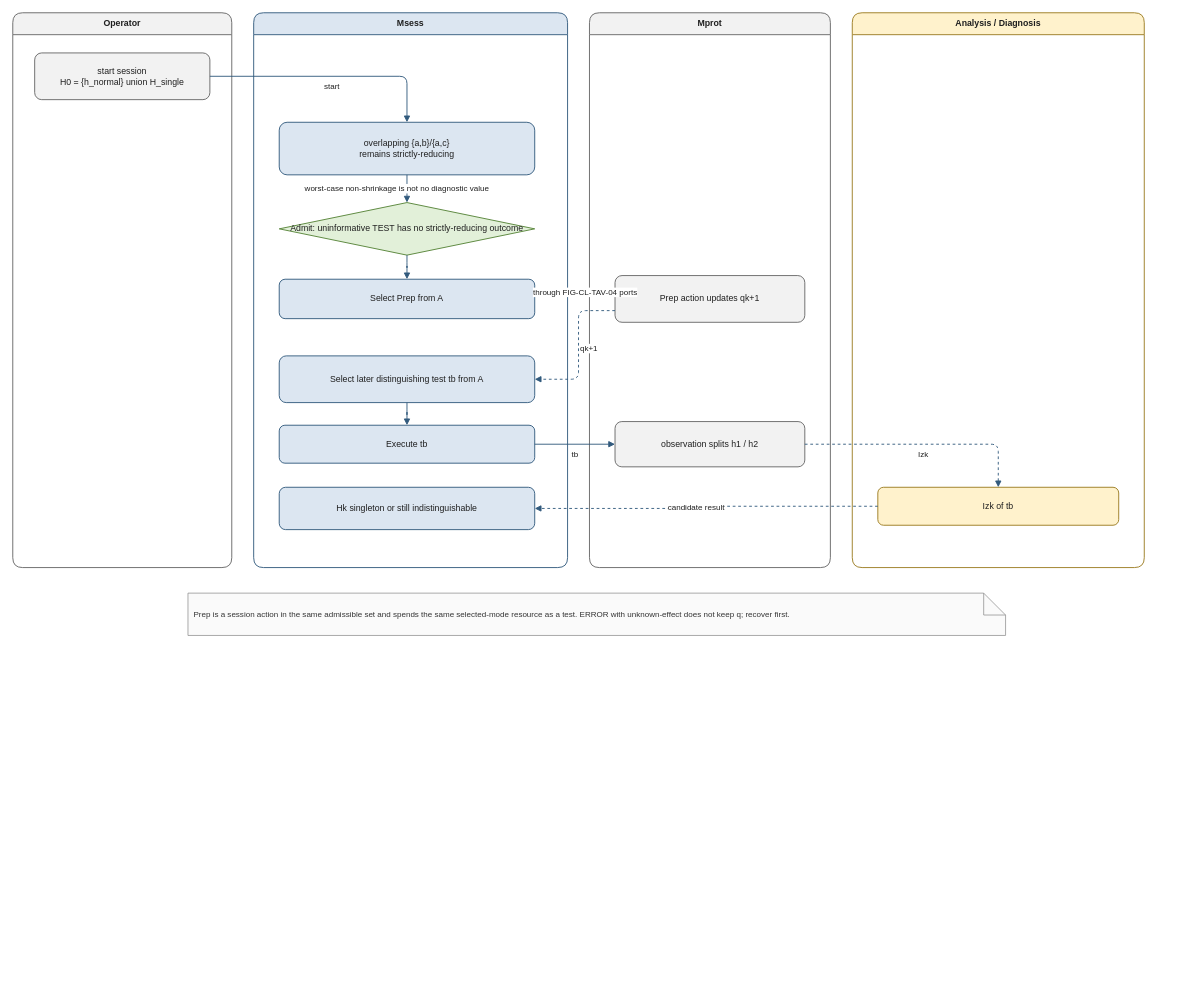
Earlier version of the draw.io diagram docs/research/publication/models/drawio/FIG-CL-TAV-06-diagnostic-sequence.drawio (ZhangChi0727/arinc-615a-conformance). Source tidied: cells renumbered, new cells numbered last; positions are measured from the earlier drawing's top-left corner, leaving out a move shared by most shapes. Both pictures are drawn from the tidied source at 73%, with x=0, y=0 at pixel (12, 12).
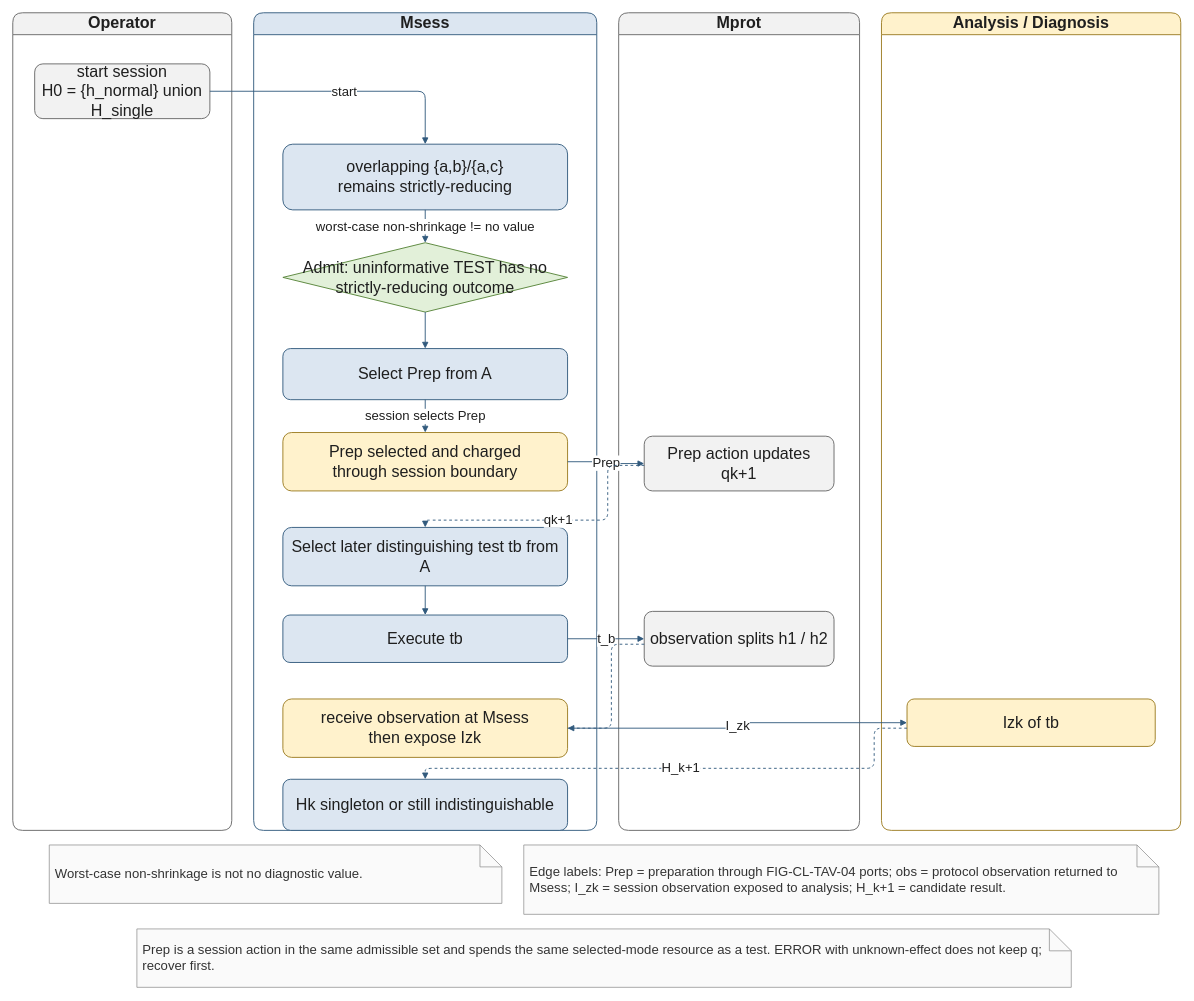
The same diagram, later.

Change to the diagram source:
```diff
@@
-    <mxCell id="2" value="Operator" style="swimlane;horizontal=1;startSize=30;rounded=1;whiteSpace=wrap;html=1;fillColor=#F2F2F2;swimlaneFillColor=#FFFFFF;strokeColor=#666666;strokeWidth=1.25;fontFamily=Helvetica;fontSize=12;fontStyle=1;fontColor=#1F1F1F;shadow=0;glass=0;gradientColor=none;" parent="1" vertex="1">
-      <mxGeometry width="300" height="760" as="geometry" />
+    <mxCell id="2" value="Operator" style="swimlane;horizontal=1;startSize=30;rounded=1;whiteSpace=wrap;html=1;fillColor=#F2F2F2;swimlaneFillColor=#FFFFFF;strokeColor=#666666;strokeWidth=1.25;fontFamily=Helvetica;fontSize=22;fontStyle=1;fontColor=#1F1F1F;shadow=0;glass=0;gradientColor=none;" parent="1" vertex="1">
+      <mxGeometry width="300" height="1120" as="geometry" />
     </mxCell>
-    <mxCell id="3" value="Msess" style="swimlane;horizontal=1;startSize=30;rounded=1;whiteSpace=wrap;html=1;fillColor=#DCE6F1;swimlaneFillColor=#FFFFFF;strokeColor=#315A7D;strokeWidth=1.25;fontFamily=Helvetica;fontSize=12;fontStyle=1;fontColor=#1F1F1F;shadow=0;glass=0;gradientColor=none;" parent="1" vertex="1">
-      <mxGeometry x="330" width="430" height="760" as="geometry" />
+    <mxCell id="3" value="Msess" style="swimlane;horizontal=1;startSize=30;rounded=1;whiteSpace=wrap;html=1;fillColor=#DCE6F1;swimlaneFillColor=#FFFFFF;strokeColor=#315A7D;strokeWidth=1.25;fontFamily=Helvetica;fontSize=22;fontStyle=1;fontColor=#1F1F1F;shadow=0;glass=0;gradientColor=none;" parent="1" vertex="1">
+      <mxGeometry x="330" width="470" height="1120" as="geometry" />
     </mxCell>
-    <mxCell id="4" value="Mprot" style="swimlane;horizontal=1;startSize=30;rounded=1;whiteSpace=wrap;html=1;fillColor=#F2F2F2;swimlaneFillColor=#FFFFFF;strokeColor=#666666;strokeWidth=1.25;fontFamily=Helvetica;fontSize=12;fontStyle=1;fontColor=#1F1F1F;shadow=0;glass=0;gradientColor=none;" parent="1" vertex="1">
-      <mxGeometry x="790" width="330" height="760" as="geometry" />
+    <mxCell id="4" value="Mprot" style="swimlane;horizontal=1;startSize=30;rounded=1;whiteSpace=wrap;html=1;fillColor=#F2F2F2;swimlaneFillColor=#FFFFFF;strokeColor=#666666;strokeWidth=1.25;fontFamily=Helvetica;fontSize=22;fontStyle=1;fontColor=#1F1F1F;shadow=0;glass=0;gradientColor=none;" parent="1" vertex="1">
+      <mxGeometry x="830" width="330" height="1120" as="geometry" />
     </mxCell>
-    <mxCell id="5" value="Analysis / Diagnosis" style="swimlane;horizontal=1;startSize=30;rounded=1;whiteSpace=wrap;html=1;fillColor=#FFF2CC;swimlaneFillColor=#FFFFFF;strokeColor=#9A7B1F;strokeWidth=1.25;fontFamily=Helvetica;fontSize=12;fontStyle=1;fontColor=#1F1F1F;shadow=0;glass=0;gradientColor=none;" parent="1" vertex="1">
-      <mxGeometry x="1150" width="400" height="760" as="geometry" />
+    <mxCell id="5" value="Analysis / Diagnosis" style="swimlane;horizontal=1;startSize=30;rounded=1;whiteSpace=wrap;html=1;fillColor=#FFF2CC;swimlaneFillColor=#FFFFFF;strokeColor=#9A7B1F;strokeWidth=1.25;fontFamily=Helvetica;fontSize=22;fontStyle=1;fontColor=#1F1F1F;shadow=0;glass=0;gradientColor=none;" parent="1" vertex="1">
+      <mxGeometry x="1190" width="410" height="1120" as="geometry" />
     </mxCell>
-    <mxCell id="6" value="start session&lt;br&gt;H0 = {h_normal} union H_single" style="rounded=1;whiteSpace=wrap;html=1;fillColor=#F2F2F2;strokeColor=#666666;strokeWidth=1.25;fontFamily=Helvetica;fontSize=12;fontColor=#1F1F1F;align=center;verticalAlign=middle;spacing=6;shadow=0;glass=0;gradientColor=none;" parent="2" vertex="1">
-      <mxGeometry x="30" y="55" width="240" height="64" as="geometry" />
+    <mxCell id="6" value="start session&lt;br&gt;H0 = {h_normal} union H_single" style="rounded=1;whiteSpace=wrap;html=1;fillColor=#F2F2F2;strokeColor=#666666;strokeWidth=1.25;fontFamily=Helvetica;fontSize=22;fontColor=#1F1F1F;align=center;verticalAlign=middle;spacing=6;shadow=0;glass=0;gradientColor=none;" parent="2" vertex="1">
+      <mxGeometry x="30" y="70" width="240" height="75" as="geometry" />
     </mxCell>
-    <mxCell id="7" value="overlapping {a,b}/{a,c}&lt;br&gt;remains strictly-reducing" style="rounded=1;whiteSpace=wrap;html=1;fillColor=#DCE6F1;strokeColor=#315A7D;strokeWidth=1.25;fontFamily=Helvetica;fontSize=12;fontColor=#1F1F1F;align=center;verticalAlign=middle;spacing=6;shadow=0;glass=0;gradientColor=none;" parent="3" vertex="1">
-      <mxGeometry x="35" y="150" width="350" height="72" as="geometry" />
+    <mxCell id="7" value="overlapping {a,b}/{a,c}&lt;br&gt;remains strictly-reducing" style="rounded=1;whiteSpace=wrap;html=1;fillColor=#DCE6F1;strokeColor=#315A7D;strokeWidth=1.25;fontFamily=Helvetica;fontSize=22;fontColor=#1F1F1F;align=center;verticalAlign=middle;spacing=6;shadow=0;glass=0;gradientColor=none;" parent="3" vertex="1">
+      <mxGeometry x="40" y="180" width="390" height="90" as="geometry" />
     </mxCell>
-    <mxCell id="8" value="Admit: uninformative TEST has no strictly-reducing outcome" style="rhombus;whiteSpace=wrap;html=1;fillColor=#E2F0D9;strokeColor=#548235;strokeWidth=1.25;fontFamily=Helvetica;fontSize=12;fontColor=#1F1F1F;align=center;verticalAlign=middle;spacing=6;shadow=0;glass=0;gradientColor=none;" parent="3" vertex="1">
-      <mxGeometry x="35" y="260" width="350" height="72" as="geometry" />
+    <mxCell id="8" value="Admit: uninformative TEST has no strictly-reducing outcome" style="rhombus;whiteSpace=wrap;html=1;fillColor=#E2F0D9;strokeColor=#548235;strokeWidth=1.25;fontFamily=Helvetica;fontSize=22;fontColor=#1F1F1F;align=center;verticalAlign=middle;spacing=6;shadow=0;glass=0;gradientColor=none;" parent="3" vertex="1">
+      <mxGeometry x="40" y="315" width="390" height="95" as="geometry" />
     </mxCell>
-    <mxCell id="9" value="Select Prep from A" style="rounded=1;whiteSpace=wrap;html=1;fillColor=#DCE6F1;strokeColor=#315A7D;strokeWidth=1.25;fontFamily=Helvetica;fontSize=12;fontColor=#1F1F1F;align=center;verticalAlign=middle;spacing=6;shadow=0;glass=0;gradientColor=none;" parent="3" vertex="1">
-      <mxGeometry x="35" y="365" width="350" height="54" as="geometry" />
+    <mxCell id="9" value="Select Prep from A" style="rounded=1;whiteSpace=wrap;html=1;fillColor=#DCE6F1;strokeColor=#315A7D;strokeWidth=1.25;fontFamily=Helvetica;fontSize=22;fontColor=#1F1F1F;align=center;verticalAlign=middle;spacing=6;shadow=0;glass=0;gradientColor=none;" parent="3" vertex="1">
+      <mxGeometry x="40" y="460" width="390" height="70" as="geometry" />
     </mxCell>
+    <mxCell id="26" value="Prep selected and charged&lt;br&gt;through session boundary" style="rounded=1;whiteSpace=wrap;html=1;fillColor=#FFF2CC;strokeColor=#9A7B1F;strokeWidth=1.25;fontFamily=Helvetica;fontSize=22;fontColor=#1F1F1F;align=center;verticalAlign=middle;spacing=6;shadow=0;glass=0;gradientColor=none;" parent="3" vertex="1">
+      <mxGeometry x="40" y="575" width="390" height="80" as="geometry" />
+    </mxCell>
-    <mxCell id="10" value="Prep action updates qk+1" style="rounded=1;whiteSpace=wrap;html=1;fillColor=#F2F2F2;strokeColor=#666666;strokeWidth=1.25;fontFamily=Helvetica;fontSize=12;fontColor=#1F1F1F;align=center;verticalAlign=middle;spacing=6;shadow=0;glass=0;gradientColor=none;" parent="4" vertex="1">
-      <mxGeometry x="35" y="360" width="260" height="64" as="geometry" />
+    <mxCell id="10" value="Prep action updates qk+1" style="rounded=1;whiteSpace=wrap;html=1;fillColor=#F2F2F2;strokeColor=#666666;strokeWidth=1.25;fontFamily=Helvetica;fontSize=22;fontColor=#1F1F1F;align=center;verticalAlign=middle;spacing=6;shadow=0;glass=0;gradientColor=none;" parent="4" vertex="1">
+      <mxGeometry x="35" y="580" width="260" height="75" as="geometry" />
     </mxCell>
-    <mxCell id="11" value="Select later distinguishing test tb from A" style="rounded=1;whiteSpace=wrap;html=1;fillColor=#DCE6F1;strokeColor=#315A7D;strokeWidth=1.25;fontFamily=Helvetica;fontSize=12;fontColor=#1F1F1F;align=center;verticalAlign=middle;spacing=6;shadow=0;glass=0;gradientColor=none;" parent="3" vertex="1">
-      <mxGeometry x="35" y="470" width="350" height="64" as="geometry" />
+    <mxCell id="11" value="Select later distinguishing test tb from A" style="rounded=1;whiteSpace=wrap;html=1;fillColor=#DCE6F1;strokeColor=#315A7D;strokeWidth=1.25;fontFamily=Helvetica;fontSize=22;fontColor=#1F1F1F;align=center;verticalAlign=middle;spacing=6;shadow=0;glass=0;gradientColor=none;" parent="3" vertex="1">
+      <mxGeometry x="40" y="705" width="390" height="80" as="geometry" />
     </mxCell>
-    <mxCell id="12" value="Execute tb" style="rounded=1;whiteSpace=wrap;html=1;fillColor=#DCE6F1;strokeColor=#315A7D;strokeWidth=1.25;fontFamily=Helvetica;fontSize=12;fontColor=#1F1F1F;align=center;verticalAlign=middle;spacing=6;shadow=0;glass=0;gradientColor=none;" parent="3" vertex="1">
-      <mxGeometry x="35" y="565" width="350" height="52" as="geometry" />
+    <mxCell id="12" value="Execute tb" style="rounded=1;whiteSpace=wrap;html=1;fillColor=#DCE6F1;strokeColor=#315A7D;strokeWidth=1.25;fontFamily=Helvetica;fontSize=22;fontColor=#1F1F1F;align=center;verticalAlign=middle;spacing=6;shadow=0;glass=0;gradientColor=none;" parent="3" vertex="1">
+      <mxGeometry x="40" y="825" width="390" height="65" as="geometry" />
     </mxCell>
-    <mxCell id="13" value="observation splits h1 / h2" style="rounded=1;whiteSpace=wrap;html=1;fillColor=#F2F2F2;strokeColor=#666666;strokeWidth=1.25;fontFamily=Helvetica;fontSize=12;fontColor=#1F1F1F;align=center;verticalAlign=middle;spacing=6;shadow=0;glass=0;gradientColor=none;" parent="4" vertex="1">
-      <mxGeometry x="35" y="560" width="260" height="62" as="geometry" />
+    <mxCell id="13" value="observation splits h1 / h2" style="rounded=1;whiteSpace=wrap;html=1;fillColor=#F2F2F2;strokeColor=#666666;strokeWidth=1.25;fontFamily=Helvetica;fontSize=22;fontColor=#1F1F1F;align=center;verticalAlign=middle;spacing=6;shadow=0;glass=0;gradientColor=none;" parent="4" vertex="1">
+      <mxGeometry x="35" y="820" width="260" height="75" as="geometry" />
     </mxCell>
+    <mxCell id="27" value="receive observation at Msess&lt;br&gt;then expose Izk" style="rounded=1;whiteSpace=wrap;html=1;fillColor=#FFF2CC;strokeColor=#9A7B1F;strokeWidth=1.25;fontFamily=Helvetica;fontSize=22;fontColor=#1F1F1F;align=center;verticalAlign=middle;spacing=6;shadow=0;glass=0;gradientColor=none;" parent="3" vertex="1">
+      <mxGeometry x="40" y="940" width="390" height="80" as="geometry" />
+    </mxCell>
-    <mxCell id="14" value="Izk of tb" style="rounded=1;whiteSpace=wrap;html=1;fillColor=#FFF2CC;strokeColor=#9A7B1F;strokeWidth=1.25;fontFamily=Helvetica;fontSize=12;fontColor=#1F1F1F;align=center;verticalAlign=middle;spacing=6;shadow=0;glass=0;gradientColor=none;" parent="5" vertex="1">
-      <mxGeometry x="35" y="650" width="330" height="52" as="geometry" />
+    <mxCell id="14" value="Izk of tb" style="rounded=1;whiteSpace=wrap;html=1;fillColor=#FFF2CC;strokeColor=#9A7B1F;strokeWidth=1.25;fontFamily=Helvetica;fontSize=22;fontColor=#1F1F1F;align=center;verticalAlign=middle;spacing=6;shadow=0;glass=0;gradientColor=none;" parent="5" vertex="1">
+      <mxGeometry x="35" y="940" width="340" height="65" as="geometry" />
     </mxCell>
-    <mxCell id="15" value="Hk singleton or still indistinguishable" style="rounded=1;whiteSpace=wrap;html=1;fillColor=#DCE6F1;strokeColor=#315A7D;strokeWidth=1.25;fontFamily=Helvetica;fontSize=12;fontColor=#1F1F1F;align=center;verticalAlign=middle;spacing=6;shadow=0;glass=0;gradientColor=none;" parent="3" vertex="1">
-      <mxGeometry x="35" y="650" width="350" height="58" as="geometry" />
+    <mxCell id="15" value="Hk singleton or still indistinguishable" style="rounded=1;whiteSpace=wrap;html=1;fillColor=#DCE6F1;strokeColor=#315A7D;strokeWidth=1.25;fontFamily=Helvetica;fontSize=22;fontColor=#1F1F1F;align=center;verticalAlign=middle;spacing=6;shadow=0;glass=0;gradientColor=none;" parent="3" vertex="1">
+      <mxGeometry x="40" y="1050" width="390" height="70" as="geometry" />
     </mxCell>
+    <mxCell id="28" value="Worst-case non-shrinkage is not no diagnostic value." style="shape=note;whiteSpace=wrap;html=1;fillColor=#FAFAFA;strokeColor=#8C8C8C;strokeWidth=1;fontFamily=Helvetica;fontSize=18;fontColor=#333333;align=left;verticalAlign=middle;spacing=8;shadow=0;glass=0;gradientColor=none;" parent="1" vertex="1">
+      <mxGeometry x="50" y="1140" width="620" height="80" as="geometry" />
+    </mxCell>
+    <mxCell id="29" value="Edge labels: Prep = preparation through FIG-CL-TAV-04 ports; obs = protocol observation returned to Msess; I_zk = session observation exposed to analysis; H_k+1 = candidate result." style="shape=note;whiteSpace=wrap;html=1;fillColor=#FAFAFA;strokeColor=#8C8C8C;strokeWidth=1;fontFamily=Helvetica;fontSize=18;fontColor=#333333;align=left;verticalAlign=middle;spacing=8;shadow=0;glass=0;gradientColor=none;" parent="1" vertex="1">
+      <mxGeometry x="700" y="1140" width="870" height="95" as="geometry" />
+    </mxCell>
-    <mxCell id="16" value="Prep is a session action in the same admissible set and spends the same selected-mode resource as a test. ERROR with unknown-effect does not keep q; recover first." style="shape=note;whiteSpace=wrap;html=1;fillColor=#FAFAFA;strokeColor=#8C8C8C;strokeWidth=1;fontFamily=Helvetica;fontSize=11;fontColor=#333333;align=left;verticalAlign=middle;spacing=8;shadow=0;glass=0;gradientColor=none;" parent="1" vertex="1">
-      <mxGeometry x="240" y="795" width="1120" height="58" as="geometry" />
+    <mxCell id="16" value="Prep is a session action in the same admissible set and spends the same selected-mode resource as a test. ERROR with unknown-effect does not keep q; recover first." style="shape=note;whiteSpace=wrap;html=1;fillColor=#FAFAFA;strokeColor=#8C8C8C;strokeWidth=1;fontFamily=Helvetica;fontSize=18;fontColor=#333333;align=left;verticalAlign=middle;spacing=8;shadow=0;glass=0;gradientColor=none;" parent="1" vertex="1">
+      <mxGeometry x="170" y="1255" width="1280" height="80" as="geometry" />
     </mxCell>
-    <mxCell id="17" value="start" style="edgeStyle=orthogonalEdgeStyle;rounded=1;jettySize=auto;html=1;strokeWidth=1.25;fontFamily=Helvetica;fontSize=11;fontColor=#1F1F1F;labelBackgroundColor=#FFFFFF;endArrow=block;strokeColor=#315A7D;exitX=1;exitY=0.5;entryX=0.5;entryY=0;exitDx=0;exitDy=0;exitPerimeter=1;entryDx=0;entryDy=0;entryPerimeter=1;" parent="1" edge="1" source="6" target="7">
-      <mxGeometry y="-14" relative="1" as="geometry" />
+    <mxCell id="17" value="start" style="edgeStyle=orthogonalEdgeStyle;rounded=1;jettySize=auto;html=1;strokeWidth=1.25;fontFamily=Helvetica;fontSize=18;fontColor=#1F1F1F;labelBackgroundColor=#FFFFFF;endArrow=block;strokeColor=#315A7D;" parent="1" edge="1" source="6" target="7">
+      <mxGeometry relative="1" as="geometry" />
     </mxCell>
-    <mxCell id="18" value="worst-case non-shrinkage is not no diagnostic value" style="edgeStyle=orthogonalEdgeStyle;rounded=1;jettySize=auto;html=1;strokeWidth=1.25;fontFamily=Helvetica;fontSize=11;fontColor=#1F1F1F;labelBackgroundColor=#FFFFFF;endArrow=block;strokeColor=#315A7D;exitX=0.5;exitY=1;entryX=0.5;entryY=0;exitDx=0;exitDy=0;exitPerimeter=1;entryDx=0;entryDy=0;entryPerimeter=1;" parent="1" edge="1" source="7" target="8">
-      <mxGeometry y="-14" relative="1" as="geometry" />
+    <mxCell id="18" value="worst-case non-shrinkage != no value" style="edgeStyle=orthogonalEdgeStyle;rounded=1;jettySize=auto;html=1;strokeWidth=1.25;fontFamily=Helvetica;fontSize=18;fontColor=#1F1F1F;labelBackgroundColor=#FFFFFF;endArrow=block;strokeColor=#315A7D;" parent="1" edge="1" source="7" target="8">
+      <mxGeometry relative="1" as="geometry" />
     </mxCell>
-    <mxCell id="19" style="edgeStyle=orthogonalEdgeStyle;rounded=1;jettySize=auto;html=1;strokeWidth=1.25;fontFamily=Helvetica;fontSize=11;fontColor=#1F1F1F;labelBackgroundColor=#FFFFFF;endArrow=block;strokeColor=#315A7D;" parent="1" edge="1" source="8" target="9">
+    <mxCell id="19" style="edgeStyle=orthogonalEdgeStyle;rounded=1;jettySize=auto;html=1;strokeWidth=1.25;fontFamily=Helvetica;fontSize=18;fontColor=#1F1F1F;labelBackgroundColor=#FFFFFF;endArrow=block;strokeColor=#315A7D;" parent="1" edge="1" source="8" target="9">
       <mxGeometry relative="1" as="geometry" />
     </mxCell>
+    <mxCell id="30" value="session selects Prep" style="edgeStyle=orthogonalEdgeStyle;rounded=1;jettySize=auto;html=1;strokeWidth=1.25;fontFamily=Helvetica;fontSize=18;fontColor=#1F1F1F;labelBackgroundColor=#FFFFFF;endArrow=block;strokeColor=#315A7D;" parent="1" edge="1" source="9" target="26">
+      <mxGeometry relative="1" as="geometry" />
+    </mxCell>
-    <mxCell id="20" value="through FIG-CL-TAV-04 ports" style="edgeStyle=orthogonalEdgeStyle;rounded=1;jettySize=auto;html=1;strokeWidth=1.25;fontFamily=Helvetica;fontSize=11;fontColor=#1F1F1F;labelBackgroundColor=#FFFFFF;endArrow=block;strokeColor=#315A7D;exitX=1;exitY=0.35;entryX=0;entryY=0.35;exitDx=0;exitDy=0;exitPerimeter=1;entryDx=0;entryDy=0;entryPerimeter=1;" parent="1" edge="1" source="9" target="10">
-      <mxGeometry y="-14" relative="1" as="geometry" />
+    <mxCell id="20" value="Prep" style="edgeStyle=orthogonalEdgeStyle;rounded=1;jettySize=auto;html=1;strokeWidth=1.25;fontFamily=Helvetica;fontSize=18;fontColor=#1F1F1F;labelBackgroundColor=#FFFFFF;endArrow=block;strokeColor=#315A7D;" parent="1" edge="1" source="26" target="10">
+      <mxGeometry relative="1" as="geometry" />
     </mxCell>
-    <mxCell id="21" value="qk+1" style="edgeStyle=orthogonalEdgeStyle;rounded=1;jettySize=auto;html=1;strokeWidth=1.25;fontFamily=Helvetica;fontSize=11;fontColor=#1F1F1F;labelBackgroundColor=#FFFFFF;dashed=1;endArrow=block;strokeColor=#315A7D;exitX=0;exitY=0.75;entryX=1;entryY=0.5;exitDx=0;exitDy=0;exitPerimeter=1;entryDx=0;entryDy=0;entryPerimeter=1;" parent="1" edge="1" source="10" target="11">
-      <mxGeometry y="14" relative="1" as="geometry">
+    <mxCell id="21" value="qk+1" style="edgeStyle=orthogonalEdgeStyle;rounded=1;jettySize=auto;html=1;strokeWidth=1.25;fontFamily=Helvetica;fontSize=18;fontColor=#1F1F1F;labelBackgroundColor=#FFFFFF;dashed=1;endArrow=block;strokeColor=#315A7D;" parent="1" edge="1" source="10" target="11">
+      <mxGeometry relative="1" as="geometry">
         <Array as="points">
-          <mxPoint x="775" y="408" />
-          <mxPoint x="775" y="502" />
+          <mxPoint x="815" y="620" />
+          <mxPoint x="815" y="695" />
         </Array>
       </mxGeometry>
     </mxCell>
-    <mxCell id="22" style="edgeStyle=orthogonalEdgeStyle;rounded=1;jettySize=auto;html=1;strokeWidth=1.25;fontFamily=Helvetica;fontSize=11;fontColor=#1F1F1F;labelBackgroundColor=#FFFFFF;endArrow=block;strokeColor=#315A7D;" parent="1" edge="1" source="11" target="12">
+    <mxCell id="22" style="edgeStyle=orthogonalEdgeStyle;rounded=1;jettySize=auto;html=1;strokeWidth=1.25;fontFamily=Helvetica;fontSize=18;fontColor=#1F1F1F;labelBackgroundColor=#FFFFFF;endArrow=block;strokeColor=#315A7D;" parent="1" edge="1" source="11" target="12">
       <mxGeometry relative="1" as="geometry" />
     </mxCell>
-    <mxCell id="23" value="tb" style="edgeStyle=orthogonalEdgeStyle;rounded=1;jettySize=auto;html=1;strokeWidth=1.25;fontFamily=Helvetica;fontSize=11;fontColor=#1F1F1F;labelBackgroundColor=#FFFFFF;endArrow=block;strokeColor=#315A7D;exitX=1;exitY=0.5;entryX=0;entryY=0.5;exitDx=0;exitDy=0;exitPerimeter=1;entryDx=0;entryDy=0;entryPerimeter=1;" parent="1" edge="1" source="12" target="13">
-      <mxGeometry y="-14" relative="1" as="geometry" />
+    <mxCell id="23" value="t_b" style="edgeStyle=orthogonalEdgeStyle;rounded=1;jettySize=auto;html=1;strokeWidth=1.25;fontFamily=Helvetica;fontSize=18;fontColor=#1F1F1F;labelBackgroundColor=#FFFFFF;endArrow=block;strokeColor=#315A7D;" parent="1" edge="1" source="12" target="13">
+      <mxGeometry relative="1" as="geometry" />
     </mxCell>
-    <mxCell id="24" value="Izk" style="edgeStyle=orthogonalEdgeStyle;rounded=1;jettySize=auto;html=1;strokeWidth=1.25;fontFamily=Helvetica;fontSize=11;fontColor=#1F1F1F;labelBackgroundColor=#FFFFFF;dashed=1;endArrow=block;strokeColor=#315A7D;exitX=1;exitY=0.5;entryX=0.5;entryY=0;exitDx=0;exitDy=0;exitPerimeter=1;entryDx=0;entryDy=0;entryPerimeter=1;" parent="1" edge="1" source="13" target="14">
-      <mxGeometry y="-14" relative="1" as="geometry" />
-    </mxCell>
+    <mxCell id="31" style="edgeStyle=orthogonalEdgeStyle;rounded=1;jettySize=auto;html=1;strokeWidth=1.25;fontFamily=Helvetica;fontSize=18;fontColor=#1F1F1F;labelBackgroundColor=#FFFFFF;dashed=1;endArrow=block;strokeColor=#315A7D;" parent="1" edge="1" source="13" target="27">
+      <mxGeometry relative="1" as="geometry">
+        <Array as="points">
+          <mxPoint x="820" y="865" />
+          <mxPoint x="820" y="980" />
+        </Array>
+      </mxGeometry>
+    </mxCell>
+    <mxCell id="32" value="I_zk" style="edgeStyle=orthogonalEdgeStyle;rounded=1;jettySize=auto;html=1;strokeWidth=1.25;fontFamily=Helvetica;fontSize=18;fontColor=#1F1F1F;labelBackgroundColor=#FFFFFF;endArrow=block;strokeColor=#315A7D;" parent="1" edge="1" source="27" target="14">
+      <mxGeometry relative="1" as="geometry" />
+    </mxCell>
-    <mxCell id="25" value="candidate result" style="edgeStyle=orthogonalEdgeStyle;rounded=1;jettySize=auto;html=1;strokeWidth=1.25;fontFamily=Helvetica;fontSize=11;fontColor=#1F1F1F;labelBackgroundColor=#FFFFFF;dashed=1;endArrow=block;strokeColor=#315A7D;exitX=0;exitY=0.5;entryX=1;entryY=0.5;exitDx=0;exitDy=0;exitPerimeter=1;entryDx=0;entryDy=0;entryPerimeter=1;" parent="1" edge="1" source="14" target="15">
-      <mxGeometry y="-14" relative="1" as="geometry" />
+    <mxCell id="25" value="H_k+1" style="edgeStyle=orthogonalEdgeStyle;rounded=1;jettySize=auto;html=1;strokeWidth=1.25;fontFamily=Helvetica;fontSize=18;fontColor=#1F1F1F;labelBackgroundColor=#FFFFFF;dashed=1;endArrow=block;strokeColor=#315A7D;" parent="1" edge="1" source="14" target="15">
+      <mxGeometry relative="1" as="geometry">
+        <Array as="points">
+          <mxPoint x="1180" y="980" />
+          <mxPoint x="1180" y="1035" />
+        </Array>
+      </mxGeometry>
     </mxCell>
```
